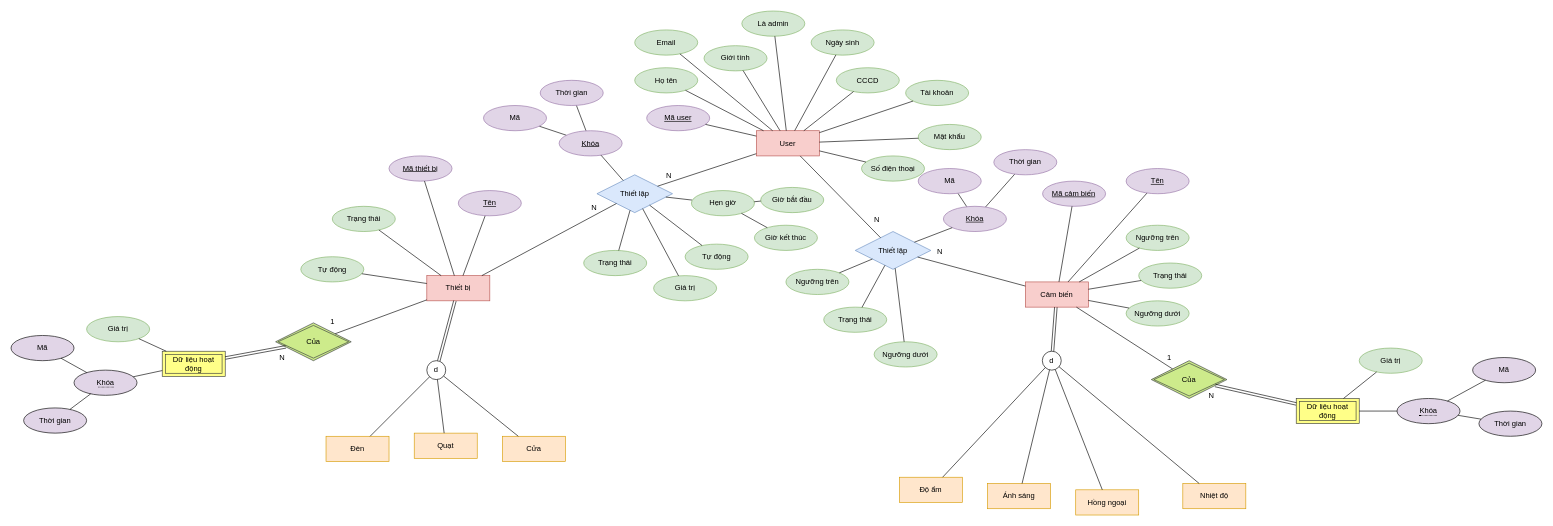
Before: page "Main" (1 of 2) of Week 3/ERD.drawio in astr0tas/Smart-Home-CNPM, a draw.io diagram. Source tidied: cells renumbered, new cells numbered last; positions are measured from the earlier drawing's top-left corner, leaving out a move shared by most shapes. Both pictures are drawn from the tidied source at 63%, with x=0, y=0 at pixel (11, 11).
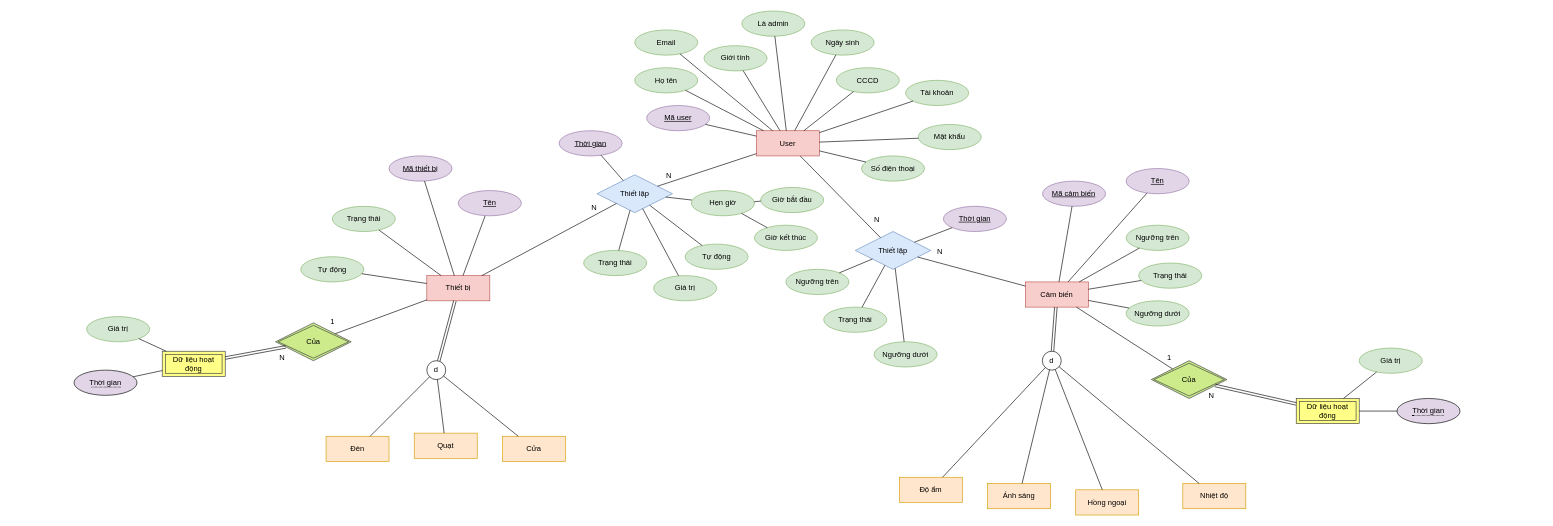
Above is the later version.

The edit, as a diff of the source:
```diff
@@
-    <mxCell id="47" value="&lt;span style=&quot;border-bottom: 1px dotted&quot;&gt;Khóa&lt;/span&gt;" style="ellipse;whiteSpace=wrap;html=1;align=center;fillColor=#E1D5E7;" parent="1" vertex="1">
+    <mxCell id="47" value="&lt;span style=&quot;border-bottom: 1px dotted&quot;&gt;Thời gian&lt;/span&gt;" style="ellipse;whiteSpace=wrap;html=1;align=center;fillColor=#E1D5E7;" parent="1" vertex="1">
       <mxGeometry x="2200" y="615" width="100" height="40" as="geometry" />
     </mxCell>
@@
-    <mxCell id="95" style="endArrow=none;html=1;rounded=0;" parent="1" edge="1" source="119" target="96">
-      <mxGeometry relative="1" as="geometry" />
-    </mxCell>
-    <mxCell id="96" value="Thời gian" style="ellipse;whiteSpace=wrap;html=1;align=center;fillColor=#e1d5e7;strokeColor=#9673a6;" parent="1" vertex="1">
-      <mxGeometry x="840" y="110" width="100" height="40" as="geometry" />
-    </mxCell>
@@
-    <mxCell id="103" style="endArrow=none;html=1;rounded=0;" parent="1" edge="1" source="104" target="119">
-      <mxGeometry relative="1" as="geometry" />
-    </mxCell>
-    <mxCell id="104" value="Mã" style="ellipse;whiteSpace=wrap;html=1;align=center;fillColor=#e1d5e7;strokeColor=#9673a6;" parent="1" vertex="1">
-      <mxGeometry x="750" y="150" width="100" height="40" as="geometry" />
-    </mxCell>
@@
-    <mxCell id="109" value="Thời gian" style="ellipse;whiteSpace=wrap;html=1;align=center;fillColor=#E1D5E7;" parent="1" vertex="1">
-      <mxGeometry x="2330" y="635" width="100" height="40" as="geometry" />
-    </mxCell>
-    <mxCell id="110" value="Mã" style="ellipse;whiteSpace=wrap;html=1;align=center;fillColor=#E1D5E7;" parent="1" vertex="1">
-      <mxGeometry x="2320" y="550" width="100" height="40" as="geometry" />
-    </mxCell>
-    <mxCell id="111" style="endArrow=none;html=1;rounded=0;" parent="1" edge="1" source="47" target="110">
-      <mxGeometry relative="1" as="geometry" />
-    </mxCell>
-    <mxCell id="112" style="endArrow=none;html=1;rounded=0;" parent="1" edge="1" source="47" target="109">
-      <mxGeometry relative="1" as="geometry" />
-    </mxCell>
-    <mxCell id="113" value="&lt;span style=&quot;border-bottom: 1px dotted&quot;&gt;Khóa&lt;/span&gt;" style="ellipse;whiteSpace=wrap;html=1;align=center;fillColor=#E1D5E7;" parent="1" vertex="1">
+    <mxCell id="113" value="&lt;span style=&quot;border-bottom: 1px dotted&quot;&gt;Thời gian&lt;/span&gt;" style="ellipse;whiteSpace=wrap;html=1;align=center;fillColor=#E1D5E7;" parent="1" vertex="1">
       <mxGeometry x="100" y="570" width="100" height="40" as="geometry" />
     </mxCell>
@@
-    <mxCell id="115" value="Thời gian" style="ellipse;whiteSpace=wrap;html=1;align=center;fillColor=#E1D5E7;" parent="1" vertex="1">
-      <mxGeometry x="20" y="630" width="100" height="40" as="geometry" />
-    </mxCell>
-    <mxCell id="116" value="Mã" style="ellipse;whiteSpace=wrap;html=1;align=center;fillColor=#E1D5E7;" parent="1" vertex="1">
-      <mxGeometry y="515" width="100" height="40" as="geometry" />
-    </mxCell>
-    <mxCell id="117" style="endArrow=none;html=1;rounded=0;" parent="1" edge="1" source="113" target="116">
-      <mxGeometry relative="1" as="geometry" />
-    </mxCell>
-    <mxCell id="118" style="endArrow=none;html=1;rounded=0;" parent="1" edge="1" source="113" target="115">
-      <mxGeometry relative="1" as="geometry" />
-    </mxCell>
-    <mxCell id="119" value="Khóa" style="ellipse;whiteSpace=wrap;html=1;align=center;fontStyle=4;fillColor=#e1d5e7;strokeColor=#9673a6;" parent="1" vertex="1">
+    <mxCell id="119" value="Thời gian" style="ellipse;whiteSpace=wrap;html=1;align=center;fontStyle=4;fillColor=#e1d5e7;strokeColor=#9673a6;" parent="1" vertex="1">
       <mxGeometry x="870" y="190" width="100" height="40" as="geometry" />
     </mxCell>
@@
-    <mxCell id="121" style="endArrow=none;html=1;rounded=0;" parent="1" edge="1" source="125" target="122">
-      <mxGeometry relative="1" as="geometry" />
-    </mxCell>
-    <mxCell id="122" value="Thời gian" style="ellipse;whiteSpace=wrap;html=1;align=center;fillColor=#e1d5e7;strokeColor=#9673a6;" parent="1" vertex="1">
-      <mxGeometry x="1560" y="220" width="100" height="40" as="geometry" />
-    </mxCell>
-    <mxCell id="123" style="endArrow=none;html=1;rounded=0;" parent="1" edge="1" source="124" target="125">
-      <mxGeometry relative="1" as="geometry" />
-    </mxCell>
-    <mxCell id="124" value="Mã" style="ellipse;whiteSpace=wrap;html=1;align=center;fillColor=#e1d5e7;strokeColor=#9673a6;" parent="1" vertex="1">
-      <mxGeometry x="1440" y="250" width="100" height="40" as="geometry" />
-    </mxCell>
-    <mxCell id="125" value="Khóa" style="ellipse;whiteSpace=wrap;html=1;align=center;fontStyle=4;fillColor=#e1d5e7;strokeColor=#9673a6;" parent="1" vertex="1">
+    <mxCell id="125" value="Thời gian" style="ellipse;whiteSpace=wrap;html=1;align=center;fontStyle=4;fillColor=#e1d5e7;strokeColor=#9673a6;" parent="1" vertex="1">
       <mxGeometry x="1480" y="310" width="100" height="40" as="geometry" />
     </mxCell>
```
